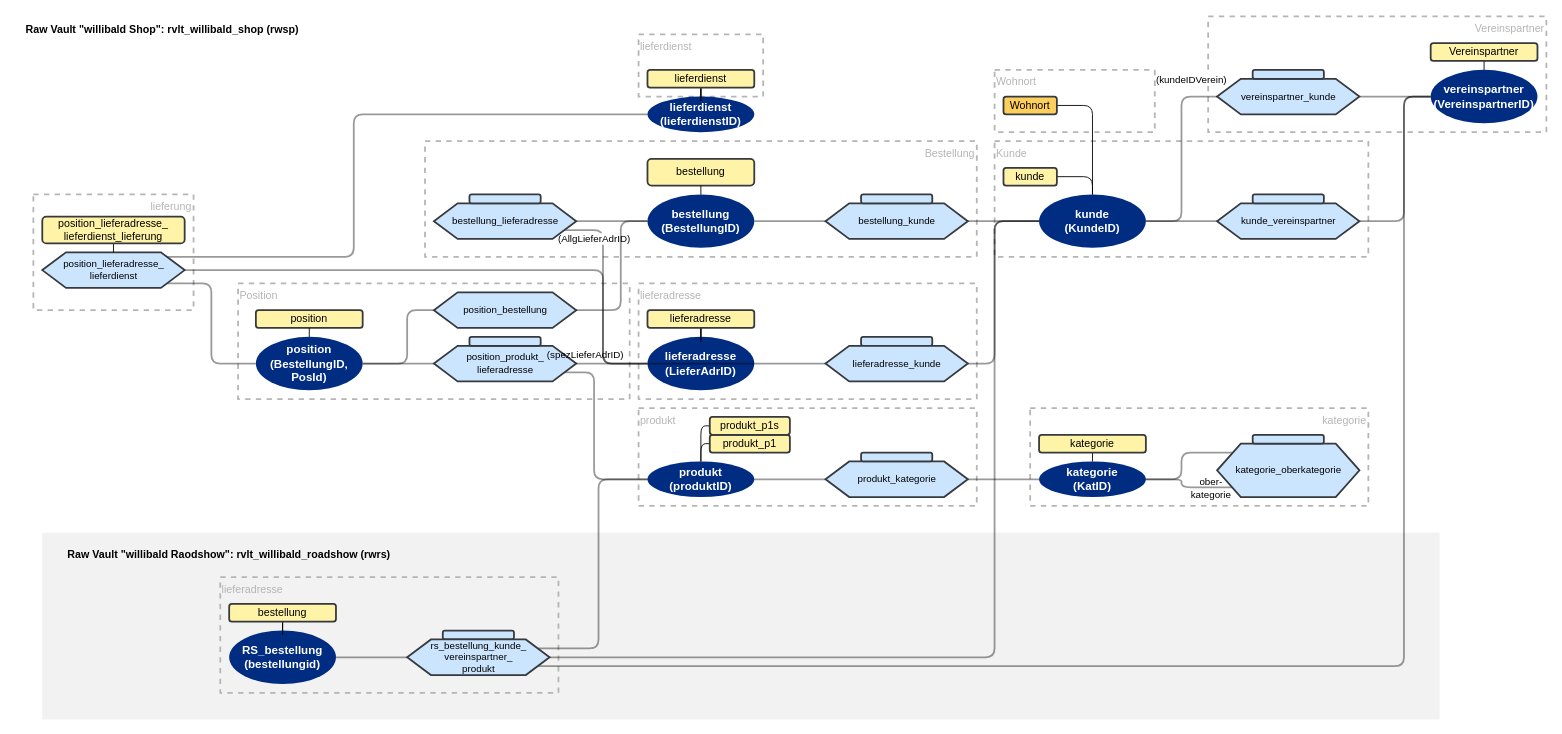
cimt-ag/data_vault_pipelinedescription keeps this draw.io diagram as documentation/images/ddvug_willibald_model.drawio. Above is the earlier version. Source tidied: cells renumbered, new cells numbered last; positions are measured from the earlier drawing's top-left corner, leaving out a move shared by most shapes. Both pictures are drawn from the tidied source at 89%, with x=0, y=0 at pixel (15, 16).
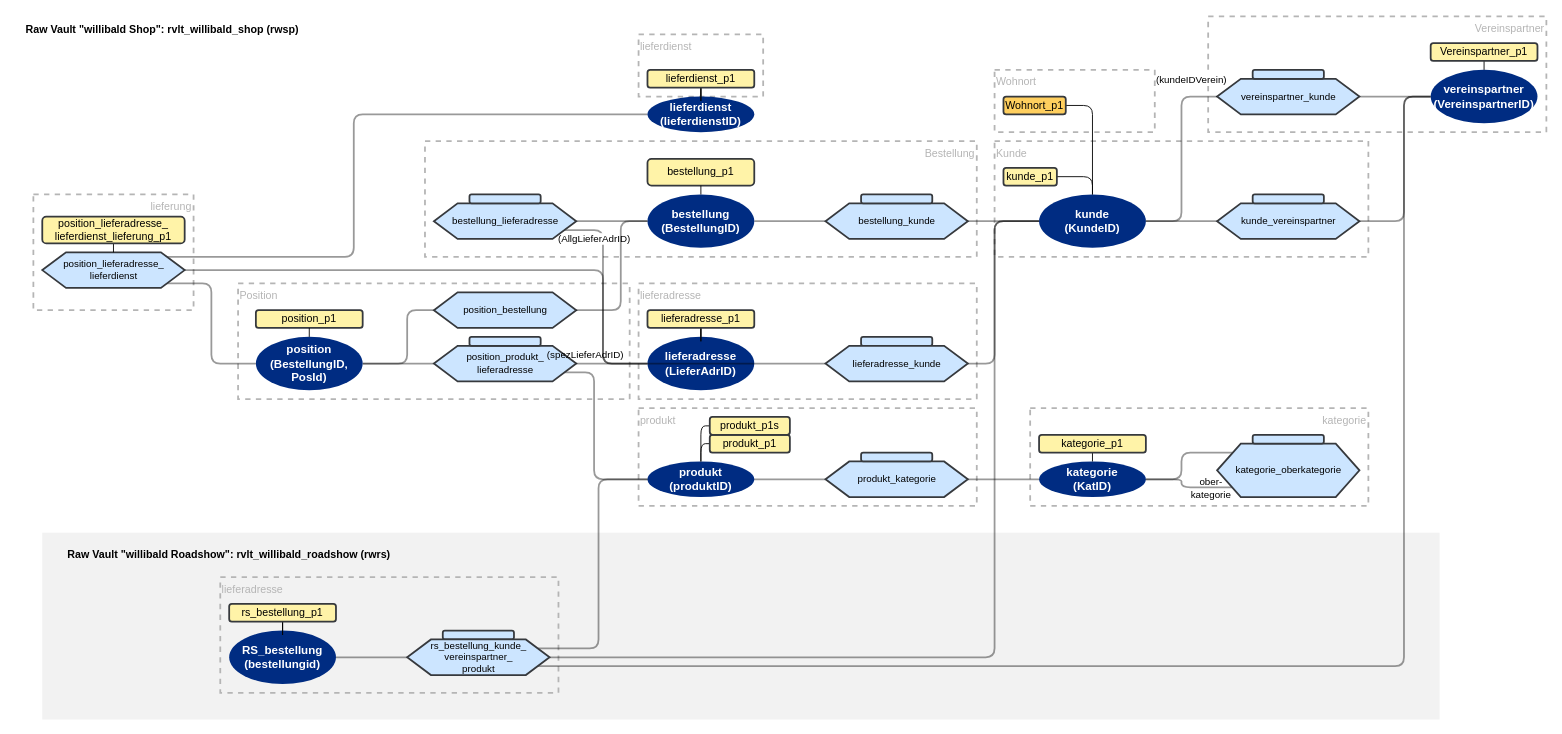
Above is the later version.

Diff of the diagram source:
```diff
@@
-    <mxCell id="16" value="Raw Vault &quot;willibald Raodshow&quot;: rvlt_willibald_roadshow (rwrs)" style="text;html=1;strokeColor=none;fillColor=none;align=center;verticalAlign=middle;whiteSpace=wrap;rounded=0;fontStyle=1;" parent="1" vertex="1">
+    <mxCell id="16" value="Raw Vault &quot;willibald Roadshow&quot;: rvlt_willibald_roadshow (rwrs)" style="text;html=1;strokeColor=none;fillColor=none;align=center;verticalAlign=middle;whiteSpace=wrap;rounded=0;fontStyle=1;" parent="1" vertex="1">
       <mxGeometry x="40" y="590" width="400" height="30" as="geometry" />
     </mxCell>
@@
-    <mxCell id="20" value="bestellung" style="rounded=1;whiteSpace=wrap;html=1;strokeColor=#36393d;fillColor=#FFF3A8;strokeWidth=2;" parent="17" vertex="1">
+    <mxCell id="20" value="bestellung_p1" style="rounded=1;whiteSpace=wrap;html=1;strokeColor=#36393d;fillColor=#FFF3A8;strokeWidth=2;" parent="17" vertex="1">
       <mxGeometry x="710" y="160" width="120" height="30" as="geometry" />
     </mxCell>
@@
-    <mxCell id="29" value="lieferadresse" style="rounded=1;whiteSpace=wrap;html=1;strokeColor=#36393d;fillColor=#FFF3A8;strokeWidth=2;" parent="17" vertex="1">
+    <mxCell id="29" value="lieferadresse_p1" style="rounded=1;whiteSpace=wrap;html=1;strokeColor=#36393d;fillColor=#FFF3A8;strokeWidth=2;" parent="17" vertex="1">
       <mxGeometry x="710" y="330" width="120" height="20" as="geometry" />
     </mxCell>
@@
-    <mxCell id="33" value="position" style="rounded=1;whiteSpace=wrap;html=1;strokeColor=#36393d;fillColor=#FFF3A8;strokeWidth=2;" parent="17" vertex="1">
+    <mxCell id="33" value="position_p1" style="rounded=1;whiteSpace=wrap;html=1;strokeColor=#36393d;fillColor=#FFF3A8;strokeWidth=2;" parent="17" vertex="1">
       <mxGeometry x="270" y="330" width="120" height="20" as="geometry" />
     </mxCell>
@@
-    <mxCell id="50" value="lieferdienst" style="rounded=1;whiteSpace=wrap;html=1;strokeColor=#36393d;fillColor=#FFF3A8;strokeWidth=2;" parent="17" vertex="1">
+    <mxCell id="50" value="lieferdienst_p1" style="rounded=1;whiteSpace=wrap;html=1;strokeColor=#36393d;fillColor=#FFF3A8;strokeWidth=2;" parent="17" vertex="1">
       <mxGeometry x="710" y="60" width="120" height="20" as="geometry" />
     </mxCell>
@@
-    <mxCell id="52" value="position_lieferadresse_&lt;br&gt;lieferdienst_lieferung" style="rounded=1;whiteSpace=wrap;html=1;strokeColor=#36393d;fillColor=#FFF3A8;strokeWidth=2;" parent="17" vertex="1">
+    <mxCell id="52" value="position_lieferadresse_&lt;br&gt;lieferdienst_lieferung_p1" style="rounded=1;whiteSpace=wrap;html=1;strokeColor=#36393d;fillColor=#FFF3A8;strokeWidth=2;" parent="17" vertex="1">
       <mxGeometry x="30" y="225" width="160" height="30" as="geometry" />
     </mxCell>
@@
-    <mxCell id="62" value="kategorie" style="rounded=1;whiteSpace=wrap;html=1;strokeColor=#36393d;fillColor=#FFF3A8;strokeWidth=2;" parent="17" vertex="1">
+    <mxCell id="62" value="kategorie_p1" style="rounded=1;whiteSpace=wrap;html=1;strokeColor=#36393d;fillColor=#FFF3A8;strokeWidth=2;" parent="17" vertex="1">
       <mxGeometry x="1150" y="470" width="120" height="20" as="geometry" />
     </mxCell>
@@
-    <mxCell id="71" value="kunde" style="rounded=1;whiteSpace=wrap;html=1;strokeColor=#36393d;fillColor=#FFF3A8;strokeWidth=2;" parent="17" vertex="1">
+    <mxCell id="71" value="kunde_p1" style="rounded=1;whiteSpace=wrap;html=1;strokeColor=#36393d;fillColor=#FFF3A8;strokeWidth=2;" parent="17" vertex="1">
       <mxGeometry x="1110" y="170" width="60" height="20" as="geometry" />
     </mxCell>
@@
-    <mxCell id="73" value="Wohnort" style="rounded=1;whiteSpace=wrap;html=1;strokeColor=#36393d;fillColor=#FFCF5E;strokeWidth=2;" parent="17" vertex="1">
-      <mxGeometry x="1110" y="90" width="60" height="20" as="geometry" />
+    <mxCell id="73" value="Wohnort_p1" style="rounded=1;whiteSpace=wrap;html=1;strokeColor=#36393d;fillColor=#FFCF5E;strokeWidth=2;" parent="17" vertex="1">
+      <mxGeometry x="1110" y="90" width="70" height="20" as="geometry" />
     </mxCell>
@@
-    <mxCell id="77" value="Vereinspartner" style="rounded=1;whiteSpace=wrap;html=1;strokeColor=#36393d;fillColor=#FFF3A8;strokeWidth=2;" parent="17" vertex="1">
+    <mxCell id="77" value="Vereinspartner_p1" style="rounded=1;whiteSpace=wrap;html=1;strokeColor=#36393d;fillColor=#FFF3A8;strokeWidth=2;" parent="17" vertex="1">
       <mxGeometry x="1590" y="30" width="120" height="20" as="geometry" />
     </mxCell>
@@
-    <mxCell id="93" value="bestellung" style="rounded=1;whiteSpace=wrap;html=1;strokeColor=#36393d;fillColor=#FFF3A8;strokeWidth=2;" parent="17" vertex="1">
+    <mxCell id="93" value="rs_bestellung_p1" style="rounded=1;whiteSpace=wrap;html=1;strokeColor=#36393d;fillColor=#FFF3A8;strokeWidth=2;" parent="17" vertex="1">
       <mxGeometry x="240" y="660" width="120" height="20" as="geometry" />
     </mxCell>
```
